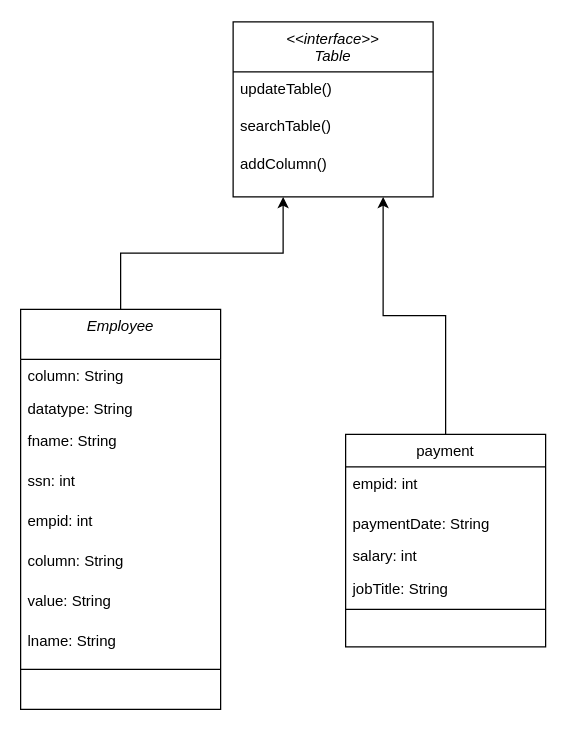
Before: Diagram/Class Digram.drawio in linnypham/CSC3350_project, a draw.io diagram. Source tidied: cells renumbered, new cells numbered last; positions are measured from the earlier drawing's top-left corner, leaving out a move shared by most shapes. Both pictures are drawn from the tidied source at 125%, with x=0, y=0 at pixel (20, 21).
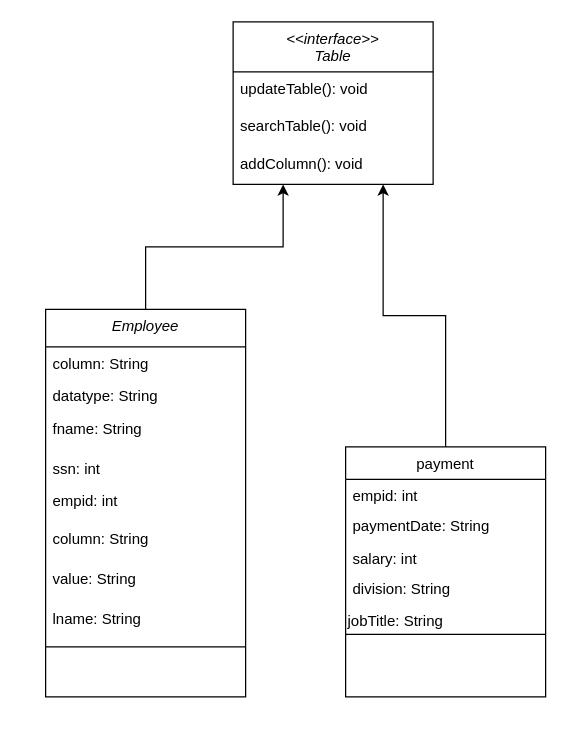
Above is the later version.

What changed in the source:
```diff
@@
     <mxCell id="2" value="&lt;&lt;interface&gt;&gt;&#10;Table&#10;" style="swimlane;fontStyle=2;align=center;verticalAlign=top;horizontal=1;startSize=40;rounded=0;shadow=0;strokeWidth=1;" parent="1" vertex="1">
-      <mxGeometry x="170" width="160" height="140" as="geometry" />
+      <mxGeometry x="170" width="160" height="130" as="geometry" />
     </mxCell>
-    <mxCell id="3" value="updateTable()" style="text;align=left;verticalAlign=top;spacingLeft=4;spacingRight=4;overflow=hidden;" parent="2" vertex="1">
+    <mxCell id="3" value="updateTable(): void" style="text;align=left;verticalAlign=top;spacingLeft=4;spacingRight=4;overflow=hidden;" parent="2" vertex="1">
       <mxGeometry y="40" width="160" height="30" as="geometry" />
     </mxCell>
-    <mxCell id="4" value="searchTable()" style="text;align=left;verticalAlign=top;spacingLeft=4;spacingRight=4;overflow=hidden;" parent="2" vertex="1">
+    <mxCell id="4" value="searchTable(): void" style="text;align=left;verticalAlign=top;spacingLeft=4;spacingRight=4;overflow=hidden;" parent="2" vertex="1">
       <mxGeometry y="70" width="160" height="30" as="geometry" />
     </mxCell>
-    <mxCell id="5" value="addColumn()" style="text;align=left;verticalAlign=top;spacingLeft=4;spacingRight=4;overflow=hidden;" parent="2" vertex="1">
+    <mxCell id="5" value="addColumn(): void" style="text;align=left;verticalAlign=top;spacingLeft=4;spacingRight=4;overflow=hidden;" parent="2" vertex="1">
       <mxGeometry y="100" width="160" height="30" as="geometry" />
     </mxCell>
     <mxCell id="6" value="payment" style="swimlane;fontStyle=0;align=center;verticalAlign=top;horizontal=1;startSize=26;rounded=0;shadow=0;strokeWidth=1;" parent="1" vertex="1">
-      <mxGeometry x="260" y="330" width="160" height="170" as="geometry" />
+      <mxGeometry x="260" y="340" width="160" height="200" as="geometry" />
     </mxCell>
     <mxCell id="7" value="empid: int" style="text;align=left;verticalAlign=top;spacingLeft=4;spacingRight=4;overflow=hidden;rounded=0;shadow=0;html=0;" parent="6" vertex="1">
-      <mxGeometry y="26" width="160" height="32" as="geometry" />
+      <mxGeometry y="26" width="160" height="24" as="geometry" />
     </mxCell>
     <mxCell id="8" value="paymentDate: String" style="text;align=left;verticalAlign=top;spacingLeft=4;spacingRight=4;overflow=hidden;rounded=0;shadow=0;html=0;" parent="6" vertex="1">
-      <mxGeometry y="58" width="160" height="26" as="geometry" />
+      <mxGeometry y="50" width="160" height="26" as="geometry" />
     </mxCell>
     <mxCell id="9" value="salary: int" style="text;align=left;verticalAlign=top;spacingLeft=4;spacingRight=4;overflow=hidden;rounded=0;shadow=0;html=0;" parent="6" vertex="1">
-      <mxGeometry y="84" width="160" height="26" as="geometry" />
+      <mxGeometry y="76" width="160" height="24" as="geometry" />
     </mxCell>
-    <mxCell id="10" value="jobTitle: String" style="text;align=left;verticalAlign=top;spacingLeft=4;spacingRight=4;overflow=hidden;rounded=0;shadow=0;html=0;" parent="6" vertex="1">
-      <mxGeometry y="110" width="160" height="26" as="geometry" />
+    <mxCell id="10" value="division: String" style="text;align=left;verticalAlign=top;spacingLeft=4;spacingRight=4;overflow=hidden;rounded=0;shadow=0;html=0;" parent="6" vertex="1">
+      <mxGeometry y="100" width="160" height="26" as="geometry" />
     </mxCell>
+    <mxCell id="24" value="jobTitle: String" style="text;whiteSpace=wrap;html=1;" parent="6" vertex="1">
+      <mxGeometry y="126" width="160" height="20" as="geometry" />
+    </mxCell>
     <mxCell id="11" style="line;html=1;strokeWidth=1;align=left;verticalAlign=middle;spacingTop=-1;spacingLeft=3;spacingRight=3;labelPosition=right;" parent="6" vertex="1">
-      <mxGeometry y="136" width="160" height="8" as="geometry" />
+      <mxGeometry y="146" width="160" height="8" as="geometry" />
     </mxCell>
@@
-    <mxCell id="14" value="Employee" style="swimlane;fontStyle=2;align=center;verticalAlign=top;horizontal=1;startSize=40;rounded=0;shadow=0;strokeWidth=1;" parent="1" vertex="1">
-      <mxGeometry y="230" width="160" height="320" as="geometry" />
+    <mxCell id="14" value="Employee" style="swimlane;fontStyle=2;align=center;verticalAlign=top;horizontal=1;startSize=30;rounded=0;shadow=0;strokeWidth=1;" parent="1" vertex="1">
+      <mxGeometry x="20" y="230" width="160" height="310" as="geometry" />
     </mxCell>
     <mxCell id="15" value="column: String" style="text;align=left;verticalAlign=top;spacingLeft=4;spacingRight=4;overflow=hidden;" parent="14" vertex="1">
-      <mxGeometry y="40" width="160" height="26" as="geometry" />
+      <mxGeometry y="30" width="160" height="26" as="geometry" />
     </mxCell>
     <mxCell id="16" value="datatype: String" style="text;align=left;verticalAlign=top;spacingLeft=4;spacingRight=4;overflow=hidden;rounded=0;shadow=0;html=0;" parent="14" vertex="1">
-      <mxGeometry y="66" width="160" height="26" as="geometry" />
+      <mxGeometry y="56" width="160" height="26" as="geometry" />
     </mxCell>
     <mxCell id="17" value="fname: String" style="text;align=left;verticalAlign=top;spacingLeft=4;spacingRight=4;overflow=hidden;rounded=0;shadow=0;html=0;" parent="14" vertex="1">
-      <mxGeometry y="92" width="160" height="32" as="geometry" />
+      <mxGeometry y="82" width="160" height="32" as="geometry" />
     </mxCell>
     <mxCell id="18" value="ssn: int" style="text;align=left;verticalAlign=top;spacingLeft=4;spacingRight=4;overflow=hidden;rounded=0;shadow=0;html=0;" parent="14" vertex="1">
-      <mxGeometry y="124" width="160" height="32" as="geometry" />
+      <mxGeometry y="114" width="160" height="26" as="geometry" />
     </mxCell>
     <mxCell id="19" value="empid: int" style="text;align=left;verticalAlign=top;spacingLeft=4;spacingRight=4;overflow=hidden;rounded=0;shadow=0;html=0;" parent="14" vertex="1">
-      <mxGeometry y="156" width="160" height="32" as="geometry" />
+      <mxGeometry y="140" width="160" height="30" as="geometry" />
     </mxCell>
     <mxCell id="20" value="column: String" style="text;align=left;verticalAlign=top;spacingLeft=4;spacingRight=4;overflow=hidden;rounded=0;shadow=0;html=0;" parent="14" vertex="1">
-      <mxGeometry y="188" width="160" height="32" as="geometry" />
+      <mxGeometry y="170" width="160" height="32" as="geometry" />
     </mxCell>
     <mxCell id="21" value="value: String" style="text;align=left;verticalAlign=top;spacingLeft=4;spacingRight=4;overflow=hidden;rounded=0;shadow=0;html=0;" parent="14" vertex="1">
-      <mxGeometry y="220" width="160" height="32" as="geometry" />
+      <mxGeometry y="202" width="160" height="32" as="geometry" />
     </mxCell>
     <mxCell id="22" value="lname: String" style="text;align=left;verticalAlign=top;spacingLeft=4;spacingRight=4;overflow=hidden;rounded=0;shadow=0;html=0;" parent="14" vertex="1">
-      <mxGeometry y="252" width="160" height="32" as="geometry" />
+      <mxGeometry y="234" width="160" height="32" as="geometry" />
     </mxCell>
     <mxCell id="23" style="line;html=1;strokeWidth=1;align=left;verticalAlign=middle;spacingTop=-1;spacingLeft=3;spacingRight=3;labelPosition=right;" parent="14" vertex="1">
-      <mxGeometry y="284" width="160" height="8" as="geometry" />
+      <mxGeometry y="266" width="160" height="8" as="geometry" />
     </mxCell>
```
